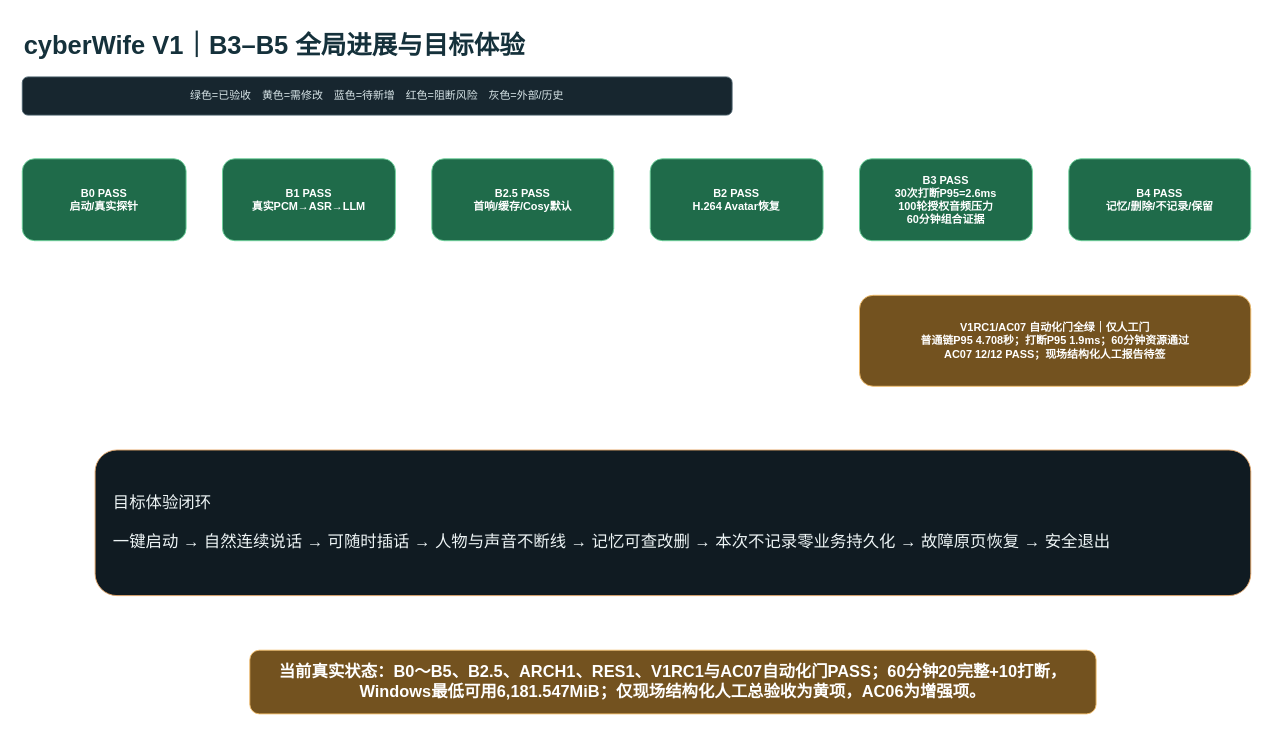
Before: page "01-全局进展与目标体验" (1 of 8) of docs/cyberWife-b3-b5-delivery-gap.drawio in ljx418/cyberWife, a draw.io diagram. Source tidied: cells renumbered, new cells numbered last; positions are measured from the earlier drawing's top-left corner, leaving out a move shared by most shapes. Both pictures are drawn from the tidied source at 91%, with x=0, y=0 at pixel (22, 22).
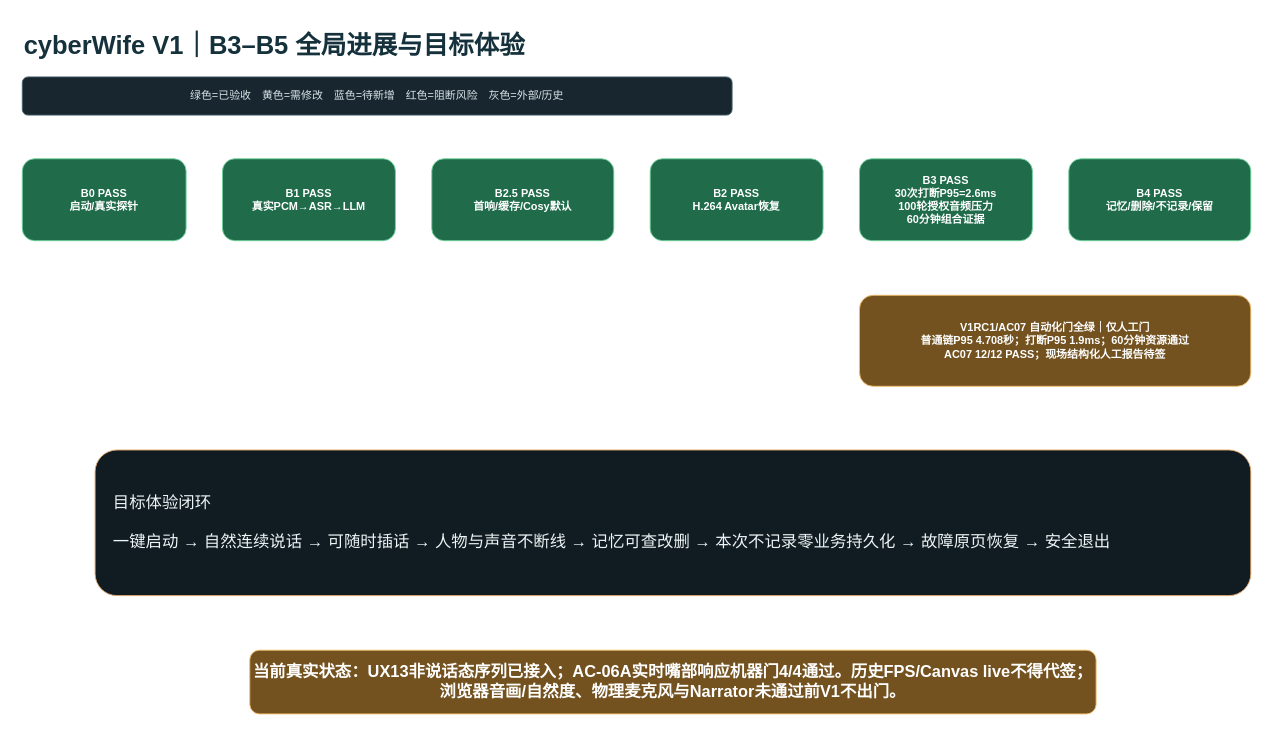
The same diagram, later.

What changed in the source:
```diff
@@
 <mxGraphModel>
   <root>
     <mxCell id="0" />
     <mxCell id="1" parent="0" />
     <mxCell id="2" value="cyberWife V1｜B3–B5 全局进展与目标体验" style="text;html=1;fontSize=28;fontStyle=1;align=left;verticalAlign=middle;fontColor=#15313B;" parent="1" vertex="1">
       <mxGeometry width="1100" height="50" as="geometry" />
     </mxCell>
     <mxCell id="3" value="绿色=已验收　黄色=需修改　蓝色=待新增　红色=阻断风险　灰色=外部/历史" style="rounded=1;html=1;whiteSpace=wrap;fillColor=#17262F;strokeColor=#49606C;fontColor=#D8E5E8;" parent="1" vertex="1">
       <mxGeometry y="60" width="780" height="42" as="geometry" />
     </mxCell>
     <mxCell id="4" value="B0 PASS&#10;启动/真实探针" style="rounded=1;html=1;whiteSpace=wrap;fillColor=#1F6B4A;strokeColor=#6ED39C;fontColor=#FFFFFF;fontStyle=1;" parent="1" vertex="1">
       <mxGeometry y="150" width="180" height="90" as="geometry" />
     </mxCell>
     <mxCell id="5" value="B1 PASS&#10;真实PCM→ASR→LLM" style="rounded=1;html=1;whiteSpace=wrap;fillColor=#1F6B4A;strokeColor=#6ED39C;fontColor=#FFFFFF;fontStyle=1;" parent="1" vertex="1">
       <mxGeometry x="220" y="150" width="190" height="90" as="geometry" />
     </mxCell>
     <mxCell id="6" value="B2.5 PASS&#10;首响/缓存/Cosy默认" style="rounded=1;html=1;whiteSpace=wrap;fillColor=#1F6B4A;strokeColor=#6ED39C;fontColor=#FFFFFF;fontStyle=1;" parent="1" vertex="1">
       <mxGeometry x="450" y="150" width="200" height="90" as="geometry" />
     </mxCell>
     <mxCell id="7" value="B2 PASS&#10;H.264 Avatar恢复" style="rounded=1;html=1;whiteSpace=wrap;fillColor=#1F6B4A;strokeColor=#6ED39C;fontColor=#FFFFFF;fontStyle=1;" parent="1" vertex="1">
       <mxGeometry x="690" y="150" width="190" height="90" as="geometry" />
     </mxCell>
     <mxCell id="8" value="B3 PASS&#10;30次打断P95=2.6ms&#10;100轮授权音频压力&#10;60分钟组合证据" style="rounded=1;html=1;whiteSpace=wrap;fillColor=#1F6B4A;strokeColor=#6ED39C;fontColor=#FFFFFF;fontStyle=1;" parent="1" vertex="1">
       <mxGeometry x="920" y="150" width="190" height="90" as="geometry" />
     </mxCell>
     <mxCell id="9" value="B4 PASS&#10;记忆/删除/不记录/保留" style="rounded=1;html=1;whiteSpace=wrap;fillColor=#1F6B4A;strokeColor=#6ED39C;fontColor=#FFFFFF;fontStyle=1;" parent="1" vertex="1">
       <mxGeometry x="1150" y="150" width="200" height="90" as="geometry" />
     </mxCell>
     <mxCell id="10" value="V1RC1/AC07 自动化门全绿｜仅人工门&#10;普通链P95 4.708秒；打断P95 1.9ms；60分钟资源通过&#10;AC07 12/12 PASS；现场结构化人工报告待签" style="rounded=1;html=1;whiteSpace=wrap;fillColor=#73521F;strokeColor=#F2BD6B;fontColor=#FFFFFF;fontStyle=1;" parent="1" vertex="1">
       <mxGeometry x="920" y="300" width="430" height="100" as="geometry" />
     </mxCell>
     <mxCell id="11" value="目标体验闭环&#10;&#10;一键启动 → 自然连续说话 → 可随时插话 → 人物与声音不断线 → 记忆可查改删 → 本次不记录零业务持久化 → 故障原页恢复 → 安全退出" style="rounded=1;html=1;whiteSpace=wrap;fillColor=#101B22;strokeColor=#E4A668;fontColor=#EDF4F5;fontSize=18;align=left;spacing=20;" parent="1" vertex="1">
       <mxGeometry x="80" y="470" width="1270" height="160" as="geometry" />
     </mxCell>
-    <mxCell id="12" value="当前真实状态：B0～B5、B2.5、ARCH1、RES1、V1RC1与AC07自动化门PASS；60分钟20完整+10打断，Windows最低可用6,181.547MiB；仅现场结构化人工总验收为黄项，AC06为增强项。" style="rounded=1;html=1;whiteSpace=wrap;fillColor=#73521F;strokeColor=#F2BD6B;fontColor=#FFFFFF;fontStyle=1;fontSize=18;" parent="1" vertex="1">
+    <mxCell id="12" value="当前真实状态：UX13非说话态序列已接入；AC-06A实时嘴部响应机器门4/4通过。历史FPS/Canvas live不得代签；浏览器音画/自然度、物理麦克风与Narrator未通过前V1不出门。" style="rounded=1;html=1;whiteSpace=wrap;fillColor=#73521F;strokeColor=#F2BD6B;fontColor=#FFFFFF;fontStyle=1;fontSize=18;" parent="1" vertex="1">
       <mxGeometry x="250" y="690" width="930" height="70" as="geometry" />
     </mxCell>
     <mxCell id="13" style="edgeStyle=orthogonalEdgeStyle;strokeColor=#8AA0A9;endArrow=block;" parent="1" edge="1" source="4" target="5" />
     <mxCell id="14" style="edgeStyle=orthogonalEdgeStyle;strokeColor=#8AA0A9;endArrow=block;" parent="1" edge="1" source="5" target="6" />
     <mxCell id="15" style="edgeStyle=orthogonalEdgeStyle;strokeColor=#8AA0A9;endArrow=block;" parent="1" edge="1" source="6" target="7" />
     <mxCell id="16" style="edgeStyle=orthogonalEdgeStyle;strokeColor=#8AA0A9;endArrow=block;" parent="1" edge="1" source="7" target="8" />
     <mxCell id="17" style="edgeStyle=orthogonalEdgeStyle;strokeColor=#8AA0A9;endArrow=block;" parent="1" edge="1" source="8" target="9" />
     <mxCell id="18" style="edgeStyle=orthogonalEdgeStyle;strokeColor=#8AA0A9;endArrow=block;" parent="1" edge="1" source="9" target="10" />
   </root>
 </mxGraphModel>
```
